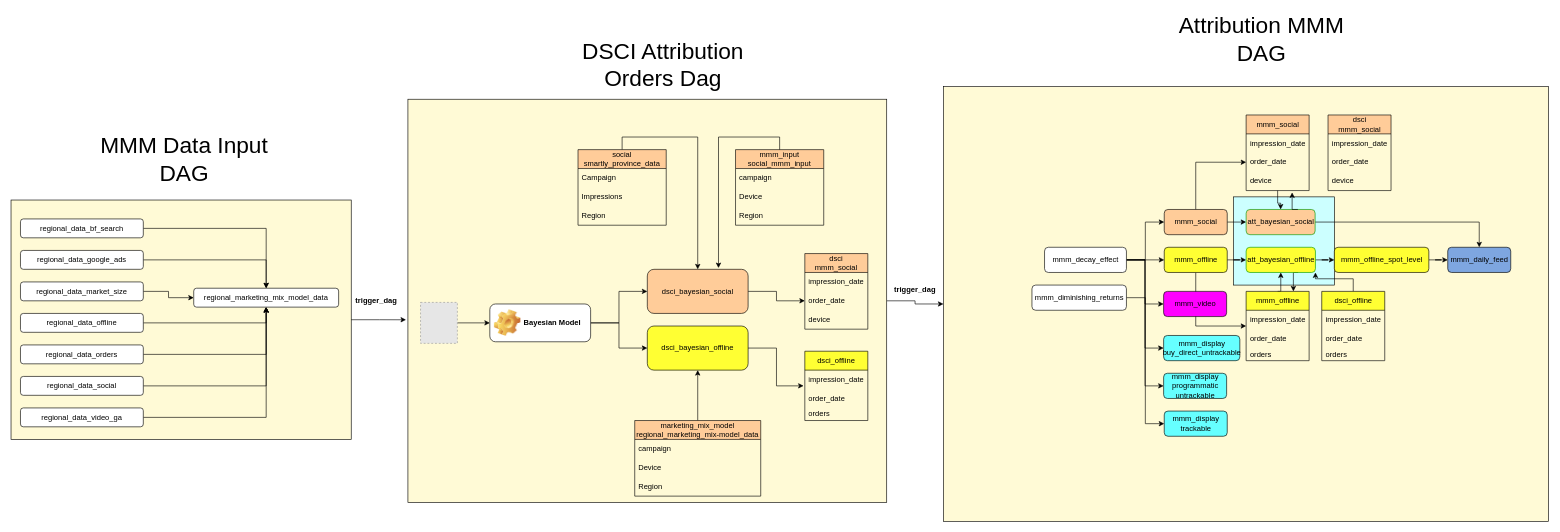
This is page "Full Dag" (5 of 8) of mmm/mmm_dag.drawio from aram-koorn/coolblue-diagrams, a draw.io file, before an edit. Source tidied: cells renumbered, new cells numbered last; positions are measured from the earlier drawing's top-left corner, leaving out a move shared by most shapes. Both pictures are drawn from the tidied source at 63%, with x=0, y=0 at pixel (11, 11). Pictures stored in the file or linked from it are replaced by grey dashed boxes.
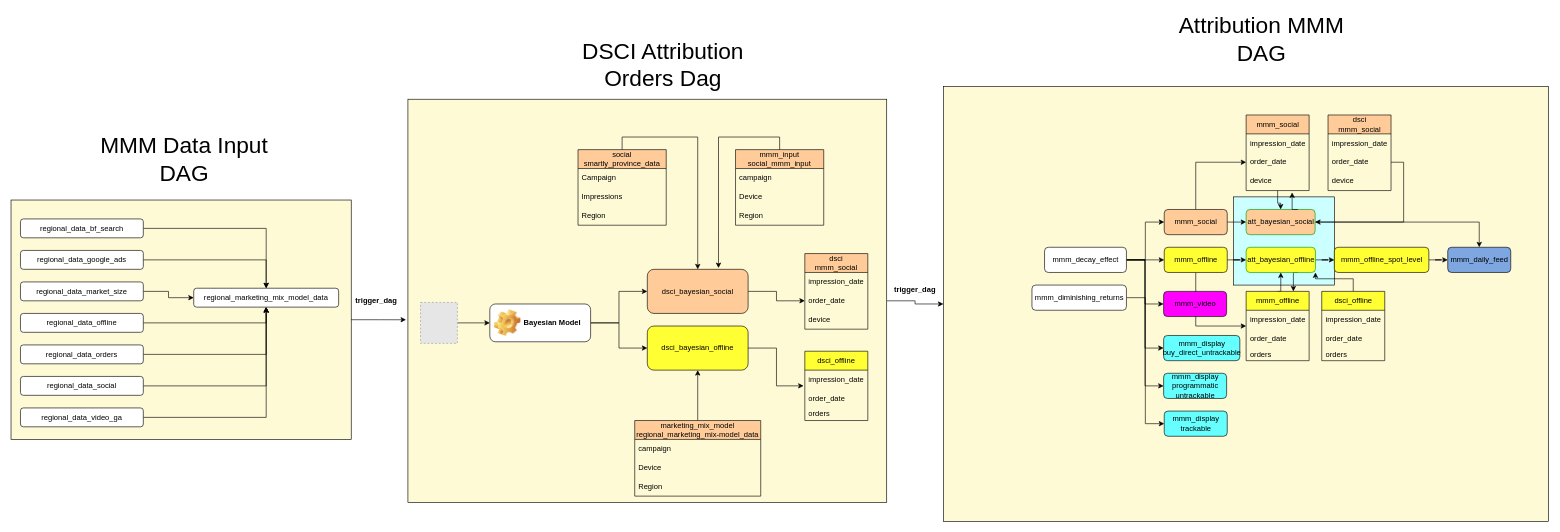
The same diagram, later.

Unchanged cells that the change refers to:
```xml
<mxCell id="47" value="att_bayesian_social" style="rounded=1;whiteSpace=wrap;html=1;fillColor=#FFCC99;strokeColor=#009900;shadow=0;" parent="1" vertex="1">
  <mxGeometry x="1960.5" y="315" width="109.5" height="40" as="geometry" />
</mxCell>
<mxCell id="61" value="order_date" style="text;strokeColor=none;fillColor=none;align=left;verticalAlign=middle;spacingLeft=4;spacingRight=4;overflow=hidden;points=[[0,0.5],[1,0.5]];portConstraint=eastwest;whiteSpace=wrap;html=1;fontFamily=Helvetica;fontSize=12;fontColor=default;fontStyle=0;" parent="59" vertex="1">
  <mxGeometry y="60" width="100" height="30" as="geometry" />
</mxCell>
```

What changed in the source:
```diff
@@
+    <mxCell id="106" style="edgeStyle=orthogonalEdgeStyle;rounded=0;jettySize=auto;html=1;exitX=1;exitY=0.5;exitDx=0;exitDy=0;entryX=1;entryY=0.5;entryDx=0;entryDy=0;" parent="1" edge="1" source="61" target="47">
+      <mxGeometry relative="1" as="geometry" />
+    </mxCell>
```
